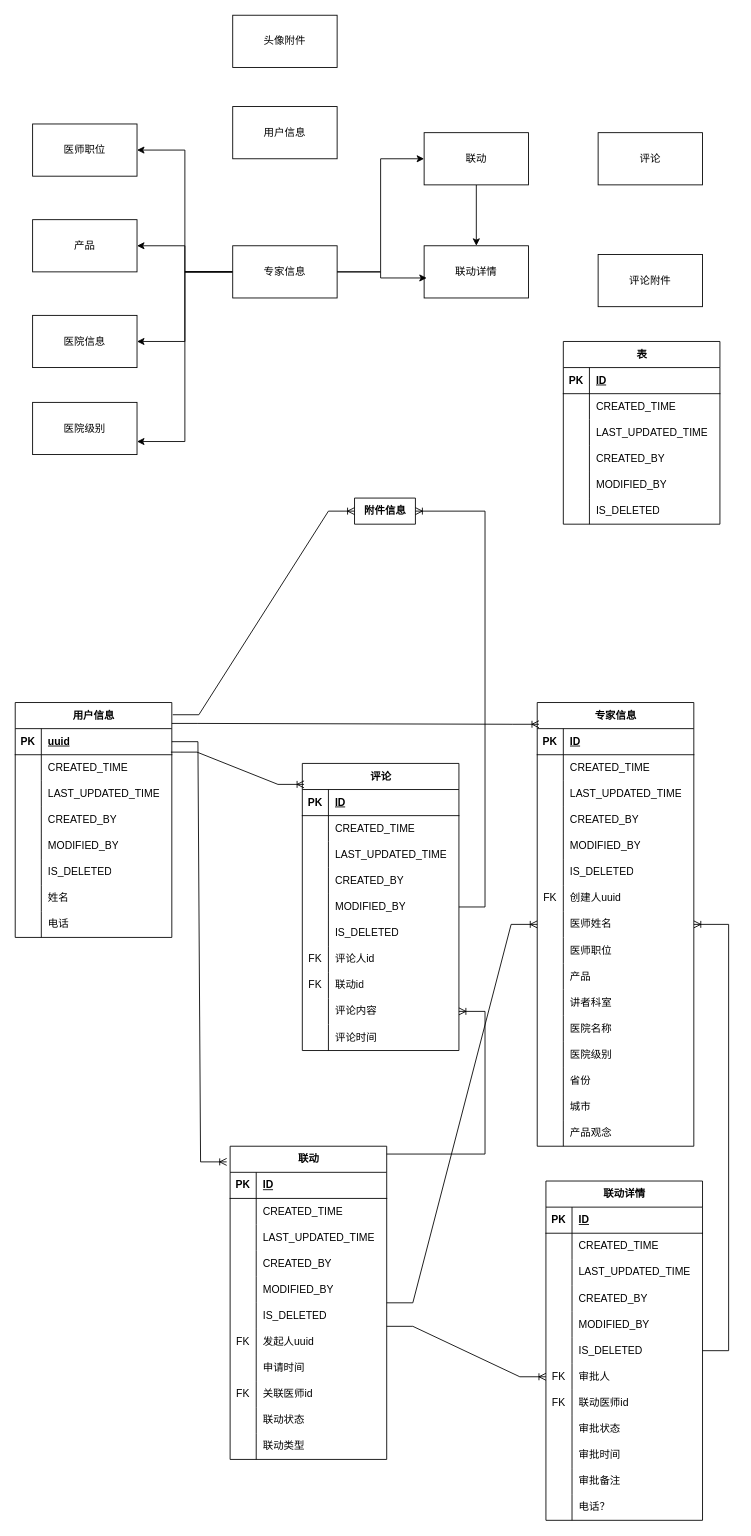
This is demo-er.drawio from 1846872430/shj_chart, a draw.io file, before an edit. Source tidied: cells renumbered, new cells numbered last; positions are measured from the earlier drawing's top-left corner, leaving out a move shared by most shapes. Both pictures are drawn from the tidied source at 87%, with x=0, y=0 at pixel (15, 15).
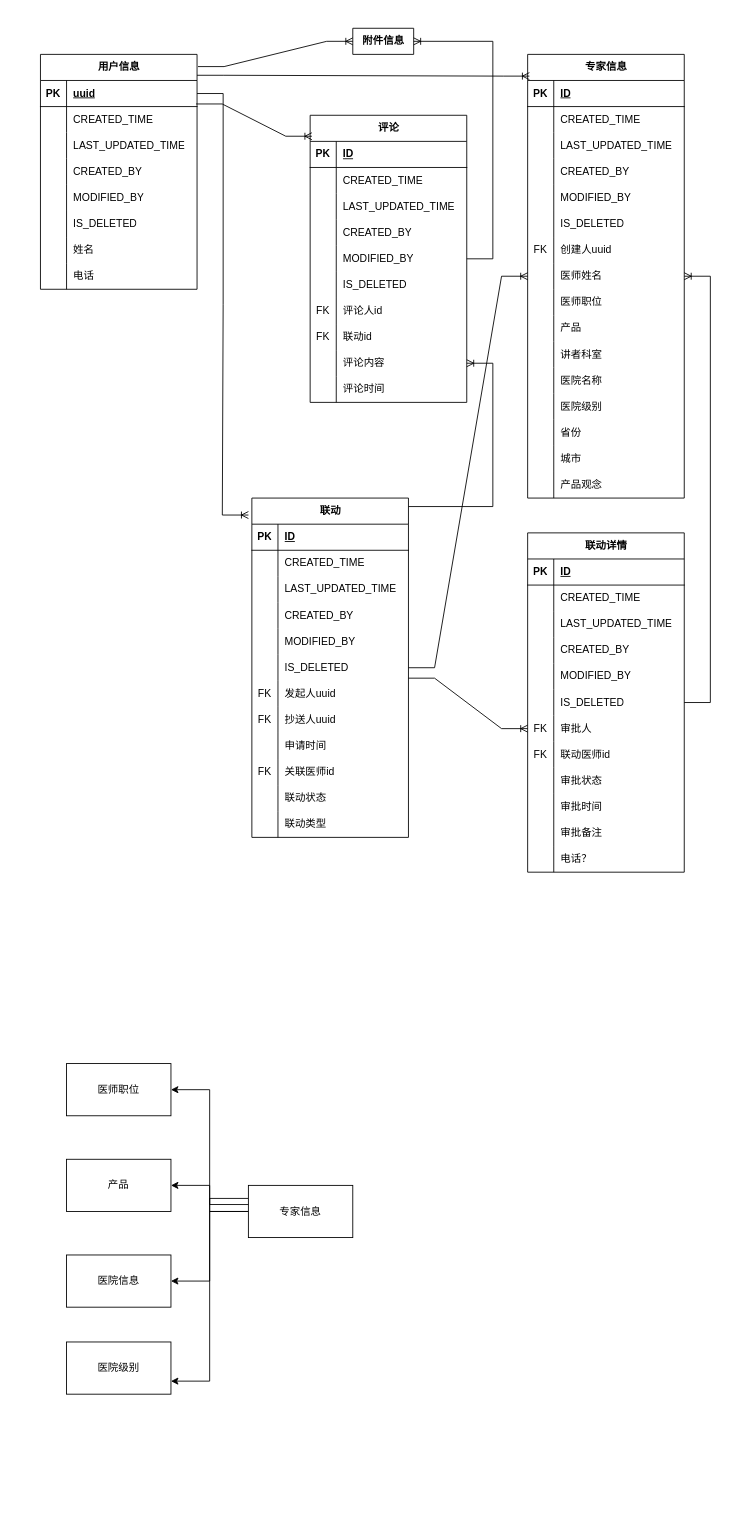
The same diagram, later.

The change refers to these unchanged cells:
```xml
<mxCell id="40" style="shape=tableRow;horizontal=0;startSize=0;swimlaneHead=0;swimlaneBody=0;fillColor=none;points=[[0,0.5],[1,0.5]];portConstraint=eastwest;top=0;left=0;right=0;bottom=1;" parent="39" vertex="1">
  <mxGeometry y="30" width="180" height="30" as="geometry" />
</mxCell>
```

Change to the diagram source:
```diff
@@
-    <mxCell id="2" style="edgeStyle=orthogonalEdgeStyle;rounded=0;jettySize=auto;html=1;entryX=1;entryY=0.5;entryDx=0;entryDy=0;" parent="1" edge="1" source="7" target="8">
+    <mxCell id="2" style="edgeStyle=orthogonalEdgeStyle;rounded=0;jettySize=auto;html=1;entryX=1;entryY=0.5;entryDx=0;entryDy=0;exitX=0.008;exitY=0.367;exitDx=0;exitDy=0;exitPerimeter=0;" parent="1" edge="1" source="7" target="8">
       <mxGeometry relative="1" as="geometry" />
     </mxCell>
-    <mxCell id="3" style="edgeStyle=orthogonalEdgeStyle;rounded=0;jettySize=auto;html=1;entryX=1;entryY=0.5;entryDx=0;entryDy=0;" parent="1" edge="1" source="7" target="9">
+    <mxCell id="3" style="edgeStyle=orthogonalEdgeStyle;rounded=0;jettySize=auto;html=1;entryX=1;entryY=0.5;entryDx=0;entryDy=0;exitX=0;exitY=0.5;exitDx=0;exitDy=0;" parent="1" edge="1" source="7" target="9">
       <mxGeometry relative="1" as="geometry" />
     </mxCell>
-    <mxCell id="4" style="edgeStyle=orthogonalEdgeStyle;rounded=0;jettySize=auto;html=1;entryX=1;entryY=0.5;entryDx=0;entryDy=0;" parent="1" edge="1" source="7" target="10">
+    <mxCell id="4" style="edgeStyle=orthogonalEdgeStyle;rounded=0;jettySize=auto;html=1;entryX=1;entryY=0.5;entryDx=0;entryDy=0;exitX=0;exitY=0.25;exitDx=0;exitDy=0;" parent="1" edge="1" source="7" target="10">
       <mxGeometry relative="1" as="geometry" />
     </mxCell>
-    <mxCell id="5" style="edgeStyle=orthogonalEdgeStyle;rounded=0;jettySize=auto;html=1;entryX=1;entryY=0.75;entryDx=0;entryDy=0;" parent="1" edge="1" source="7" target="11">
+    <mxCell id="5" style="edgeStyle=orthogonalEdgeStyle;rounded=0;jettySize=auto;html=1;entryX=1;entryY=0.75;entryDx=0;entryDy=0;exitX=0;exitY=0.5;exitDx=0;exitDy=0;" parent="1" edge="1" source="7" target="11">
       <mxGeometry relative="1" as="geometry" />
     </mxCell>
-    <mxCell id="6" style="edgeStyle=orthogonalEdgeStyle;rounded=0;jettySize=auto;html=1;entryX=0;entryY=0.5;entryDx=0;entryDy=0;" parent="1" edge="1" source="7" target="13">
-      <mxGeometry relative="1" as="geometry" />
-    </mxCell>
     <mxCell id="7" value="专家信息" style="rounded=0;whiteSpace=wrap;html=1;" parent="1" vertex="1">
-      <mxGeometry x="250" y="265" width="120" height="60" as="geometry" />
+      <mxGeometry x="268" y="1345" width="120" height="60" as="geometry" />
     </mxCell>
     <mxCell id="8" value="医师职位" style="rounded=0;whiteSpace=wrap;html=1;" parent="1" vertex="1">
-      <mxGeometry x="20" y="125" width="120" height="60" as="geometry" />
+      <mxGeometry x="59" y="1205" width="120" height="60" as="geometry" />
     </mxCell>
     <mxCell id="9" value="产品" style="rounded=0;whiteSpace=wrap;html=1;" parent="1" vertex="1">
-      <mxGeometry x="20" y="235" width="120" height="60" as="geometry" />
+      <mxGeometry x="59" y="1315" width="120" height="60" as="geometry" />
     </mxCell>
     <mxCell id="10" value="医院信息" style="rounded=0;whiteSpace=wrap;html=1;" parent="1" vertex="1">
-      <mxGeometry x="20" y="345" width="120" height="60" as="geometry" />
+      <mxGeometry x="59" y="1425" width="120" height="60" as="geometry" />
     </mxCell>
     <mxCell id="11" value="医院级别" style="rounded=0;whiteSpace=wrap;html=1;" parent="1" vertex="1">
-      <mxGeometry x="20" y="445" width="120" height="60" as="geometry" />
+      <mxGeometry x="59" y="1525" width="120" height="60" as="geometry" />
     </mxCell>
-    <mxCell id="12" style="edgeStyle=orthogonalEdgeStyle;rounded=0;jettySize=auto;html=1;" parent="1" edge="1" source="13" target="14">
-      <mxGeometry relative="1" as="geometry" />
-    </mxCell>
-    <mxCell id="13" value="联动" style="rounded=0;whiteSpace=wrap;html=1;" parent="1" vertex="1">
-      <mxGeometry x="470" y="135" width="120" height="60" as="geometry" />
-    </mxCell>
-    <mxCell id="14" value="联动详情" style="rounded=0;whiteSpace=wrap;html=1;" parent="1" vertex="1">
-      <mxGeometry x="470" y="265" width="120" height="60" as="geometry" />
-    </mxCell>
-    <mxCell id="15" value="评论" style="rounded=0;whiteSpace=wrap;html=1;" parent="1" vertex="1">
-      <mxGeometry x="670" y="135" width="120" height="60" as="geometry" />
-    </mxCell>
-    <mxCell id="16" value="评论附件" style="rounded=0;whiteSpace=wrap;html=1;" parent="1" vertex="1">
-      <mxGeometry x="670" y="275" width="120" height="60" as="geometry" />
-    </mxCell>
-    <mxCell id="17" value="用户信息" style="rounded=0;whiteSpace=wrap;html=1;" parent="1" vertex="1">
-      <mxGeometry x="250" y="105" width="120" height="60" as="geometry" />
-    </mxCell>
-    <mxCell id="18" value="头像附件" style="rounded=0;whiteSpace=wrap;html=1;" parent="1" vertex="1">
-      <mxGeometry x="250" width="120" height="60" as="geometry" />
-    </mxCell>
-    <mxCell id="19" style="edgeStyle=orthogonalEdgeStyle;rounded=0;jettySize=auto;html=1;entryX=0.025;entryY=0.617;entryDx=0;entryDy=0;entryPerimeter=0;" parent="1" edge="1" source="7" target="14">
-      <mxGeometry relative="1" as="geometry" />
-    </mxCell>
-    <mxCell id="20" value="表" style="shape=table;startSize=30;childLayout=tableLayout;rowLines=0;fontStyle=1;align=center;html=1;" parent="1" vertex="1">
-      <mxGeometry x="630" y="375" width="180" height="210" as="geometry" />
-    </mxCell>
-    <mxCell id="21" style="shape=tableRow;horizontal=0;startSize=0;swimlaneHead=0;swimlaneBody=0;fillColor=none;top=0;left=0;right=0;bottom=1;" parent="20" vertex="1">
-      <mxGeometry y="30" width="180" height="30" as="geometry" />
-    </mxCell>
-    <mxCell id="22" value="PK" style="shape=partialRectangle;fillColor=none;top=0;left=0;bottom=0;right=0;fontStyle=1;overflow=hidden;whiteSpace=wrap;html=1;" parent="21" vertex="1">
-      <mxGeometry width="30" height="30" as="geometry" />
-    </mxCell>
-    <mxCell id="23" value="ID" style="shape=partialRectangle;fillColor=none;top=0;left=0;bottom=0;right=0;align=left;spacingLeft=6;fontStyle=5;overflow=hidden;whiteSpace=wrap;html=1;" parent="21" vertex="1">
-      <mxGeometry x="30" width="150" height="30" as="geometry" />
-    </mxCell>
-    <mxCell id="24" style="shape=tableRow;horizontal=0;startSize=0;swimlaneHead=0;swimlaneBody=0;fillColor=none;top=0;left=0;right=0;bottom=0;" parent="20" vertex="1">
-      <mxGeometry y="60" width="180" height="30" as="geometry" />
-    </mxCell>
-    <mxCell id="25" style="shape=partialRectangle;fillColor=none;top=0;left=0;bottom=0;right=0;overflow=hidden;whiteSpace=wrap;html=1;" parent="24" vertex="1">
-      <mxGeometry width="30" height="30" as="geometry" />
-    </mxCell>
-    <mxCell id="26" value="CREATED_TIME" style="shape=partialRectangle;fillColor=none;top=0;left=0;bottom=0;right=0;align=left;spacingLeft=6;overflow=hidden;whiteSpace=wrap;html=1;" parent="24" vertex="1">
-      <mxGeometry x="30" width="150" height="30" as="geometry" />
-    </mxCell>
-    <mxCell id="27" style="shape=tableRow;horizontal=0;startSize=0;swimlaneHead=0;swimlaneBody=0;fillColor=none;top=0;left=0;right=0;bottom=0;" parent="20" vertex="1">
-      <mxGeometry y="90" width="180" height="30" as="geometry" />
-    </mxCell>
-    <mxCell id="28" style="shape=partialRectangle;fillColor=none;top=0;left=0;bottom=0;right=0;overflow=hidden;whiteSpace=wrap;html=1;" parent="27" vertex="1">
-      <mxGeometry width="30" height="30" as="geometry" />
-    </mxCell>
-    <mxCell id="29" value="LAST_UPDATED_TIME" style="shape=partialRectangle;fillColor=none;top=0;left=0;bottom=0;right=0;align=left;spacingLeft=6;overflow=hidden;whiteSpace=wrap;html=1;" parent="27" vertex="1">
-      <mxGeometry x="30" width="150" height="30" as="geometry" />
-    </mxCell>
-    <mxCell id="30" style="shape=tableRow;horizontal=0;startSize=0;swimlaneHead=0;swimlaneBody=0;fillColor=none;top=0;left=0;right=0;bottom=0;" parent="20" vertex="1">
-      <mxGeometry y="120" width="180" height="30" as="geometry" />
-    </mxCell>
-    <mxCell id="31" value="&lt;div&gt;&lt;br/&gt;&lt;/div&gt;" style="shape=partialRectangle;fillColor=none;top=0;left=0;bottom=0;right=0;overflow=hidden;whiteSpace=wrap;html=1;" parent="30" vertex="1">
-      <mxGeometry width="30" height="30" as="geometry" />
-    </mxCell>
-    <mxCell id="32" value="CREATED_BY" style="shape=partialRectangle;fillColor=none;top=0;left=0;bottom=0;right=0;align=left;spacingLeft=6;overflow=hidden;whiteSpace=wrap;html=1;" parent="30" vertex="1">
-      <mxGeometry x="30" width="150" height="30" as="geometry" />
-    </mxCell>
-    <mxCell id="33" style="shape=tableRow;horizontal=0;startSize=0;swimlaneHead=0;swimlaneBody=0;fillColor=none;top=0;left=0;right=0;bottom=0;" parent="20" vertex="1">
-      <mxGeometry y="150" width="180" height="30" as="geometry" />
-    </mxCell>
-    <mxCell id="34" value="&lt;div&gt;&lt;br/&gt;&lt;/div&gt;" style="shape=partialRectangle;fillColor=none;top=0;left=0;bottom=0;right=0;overflow=hidden;whiteSpace=wrap;html=1;" parent="33" vertex="1">
-      <mxGeometry width="30" height="30" as="geometry" />
-    </mxCell>
-    <mxCell id="35" value="MODIFIED_BY" style="shape=partialRectangle;fillColor=none;top=0;left=0;bottom=0;right=0;align=left;spacingLeft=6;overflow=hidden;whiteSpace=wrap;html=1;" parent="33" vertex="1">
-      <mxGeometry x="30" width="150" height="30" as="geometry" />
-    </mxCell>
-    <mxCell id="36" style="shape=tableRow;horizontal=0;startSize=0;swimlaneHead=0;swimlaneBody=0;fillColor=none;top=0;left=0;right=0;bottom=0;" parent="20" vertex="1">
-      <mxGeometry y="180" width="180" height="30" as="geometry" />
-    </mxCell>
-    <mxCell id="37" value="&lt;div&gt;&lt;br/&gt;&lt;/div&gt;" style="shape=partialRectangle;fillColor=none;top=0;left=0;bottom=0;right=0;overflow=hidden;whiteSpace=wrap;html=1;" parent="36" vertex="1">
-      <mxGeometry width="30" height="30" as="geometry" />
-    </mxCell>
-    <mxCell id="38" value="IS_DELETED" style="shape=partialRectangle;fillColor=none;top=0;left=0;bottom=0;right=0;align=left;spacingLeft=6;overflow=hidden;whiteSpace=wrap;html=1;" parent="36" vertex="1">
-      <mxGeometry x="30" width="150" height="30" as="geometry" />
-    </mxCell>
     <mxCell id="39" value="用户信息" style="shape=table;startSize=30;childLayout=tableLayout;rowLines=0;fontStyle=1;align=center;html=1;" parent="1" vertex="1">
-      <mxGeometry y="790" width="180" height="270" as="geometry" />
+      <mxGeometry x="29" y="45" width="180" height="270" as="geometry" />
     </mxCell>
@@
     <mxCell id="64" value="附件信息" style="shape=table;startSize=30;childLayout=tableLayout;rowLines=0;fontStyle=1;align=center;html=1;" parent="1" vertex="1" collapsed="1">
-      <mxGeometry x="390" y="555" width="70" height="30" as="geometry" />
+      <mxGeometry x="388" y="15" width="70" height="30" as="geometry" />
     </mxCell>
@@
     <mxCell id="66" value="专家信息" style="shape=table;startSize=30;childLayout=tableLayout;rowLines=0;fontStyle=1;align=center;html=1;" parent="1" vertex="1">
-      <mxGeometry x="600" y="790" width="180" height="510" as="geometry" />
+      <mxGeometry x="589" y="45" width="180" height="510" as="geometry" />
     </mxCell>
@@
     <mxCell id="115" value="联动" style="shape=table;startSize=30;childLayout=tableLayout;rowLines=0;fontStyle=1;align=center;html=1;" parent="1" vertex="1">
-      <mxGeometry x="247" y="1300" width="180" height="360" as="geometry" />
+      <mxGeometry x="272" y="555" width="180" height="390" as="geometry" />
     </mxCell>
@@
+    <mxCell id="225" style="shape=tableRow;horizontal=0;startSize=0;swimlaneHead=0;swimlaneBody=0;fillColor=none;top=0;left=0;right=0;bottom=0;" parent="115" vertex="1">
+      <mxGeometry y="240" width="180" height="30" as="geometry" />
+    </mxCell>
+    <mxCell id="226" value="&lt;div&gt;FK&lt;/div&gt;" style="shape=partialRectangle;fillColor=none;top=0;left=0;bottom=0;right=0;overflow=hidden;whiteSpace=wrap;html=1;" parent="225" vertex="1">
+      <mxGeometry width="30" height="30" as="geometry" />
+    </mxCell>
+    <mxCell id="227" value="抄送人uuid" style="shape=partialRectangle;fillColor=none;top=0;left=0;bottom=0;right=0;align=left;spacingLeft=6;overflow=hidden;whiteSpace=wrap;html=1;" parent="225" vertex="1">
+      <mxGeometry x="30" width="150" height="30" as="geometry" />
+    </mxCell>
     <mxCell id="137" style="shape=tableRow;horizontal=0;startSize=0;swimlaneHead=0;swimlaneBody=0;fillColor=none;top=0;left=0;right=0;bottom=0;" parent="115" vertex="1">
-      <mxGeometry y="240" width="180" height="30" as="geometry" />
+      <mxGeometry y="270" width="180" height="30" as="geometry" />
     </mxCell>
@@
     <mxCell id="140" style="shape=tableRow;horizontal=0;startSize=0;swimlaneHead=0;swimlaneBody=0;fillColor=none;top=0;left=0;right=0;bottom=0;" parent="115" vertex="1">
-      <mxGeometry y="270" width="180" height="30" as="geometry" />
+      <mxGeometry y="300" width="180" height="30" as="geometry" />
     </mxCell>
@@
     <mxCell id="143" style="shape=tableRow;horizontal=0;startSize=0;swimlaneHead=0;swimlaneBody=0;fillColor=none;top=0;left=0;right=0;bottom=0;" parent="115" vertex="1">
-      <mxGeometry y="300" width="180" height="30" as="geometry" />
+      <mxGeometry y="330" width="180" height="30" as="geometry" />
     </mxCell>
@@
     <mxCell id="146" style="shape=tableRow;horizontal=0;startSize=0;swimlaneHead=0;swimlaneBody=0;fillColor=none;top=0;left=0;right=0;bottom=0;" parent="115" vertex="1">
-      <mxGeometry y="330" width="180" height="30" as="geometry" />
+      <mxGeometry y="360" width="180" height="30" as="geometry" />
     </mxCell>
@@
     <mxCell id="149" style="edgeStyle=entityRelationEdgeStyle;fontSize=12;html=1;endArrow=ERoneToMany;rounded=0;exitX=1;exitY=0.5;exitDx=0;exitDy=0;entryX=-0.022;entryY=0.05;entryDx=0;entryDy=0;entryPerimeter=0;" parent="1" edge="1" source="40" target="115">
       <mxGeometry relative="1" as="geometry">
         <Array as="points">
-          <mxPoint x="300" y="910" />
-          <mxPoint x="320" y="910" />
-          <mxPoint x="360" y="950" />
+          <mxPoint x="309" y="165" />
+          <mxPoint x="329" y="165" />
+          <mxPoint x="369" y="205" />
+          <mxPoint x="239" y="440" />
         </Array>
       </mxGeometry>
     </mxCell>
     <mxCell id="150" value="联动详情" style="shape=table;startSize=30;childLayout=tableLayout;rowLines=0;fontStyle=1;align=center;html=1;" parent="1" vertex="1">
-      <mxGeometry x="610" y="1340" width="180" height="390" as="geometry" />
+      <mxGeometry x="589" y="595" width="180" height="390" as="geometry" />
     </mxCell>
@@
     <mxCell id="188" value="评论" style="shape=table;startSize=30;childLayout=tableLayout;rowLines=0;fontStyle=1;align=center;html=1;" parent="1" vertex="1">
-      <mxGeometry x="330" y="860" width="180" height="330" as="geometry" />
+      <mxGeometry x="339" y="115" width="180" height="330" as="geometry" />
     </mxCell>
@@
     <mxCell id="224" style="edgeStyle=entityRelationEdgeStyle;fontSize=12;html=1;endArrow=ERoneToMany;rounded=0;" parent="1" edge="1" source="150" target="66">
       <mxGeometry relative="1" as="geometry">
         <Array as="points">
-          <mxPoint x="810" y="1290" />
-          <mxPoint x="800" y="1290" />
-          <mxPoint x="910" y="1290" />
+          <mxPoint x="819" y="545" />
+          <mxPoint x="809" y="545" />
+          <mxPoint x="919" y="545" />
         </Array>
       </mxGeometry>
     </mxCell>
```
